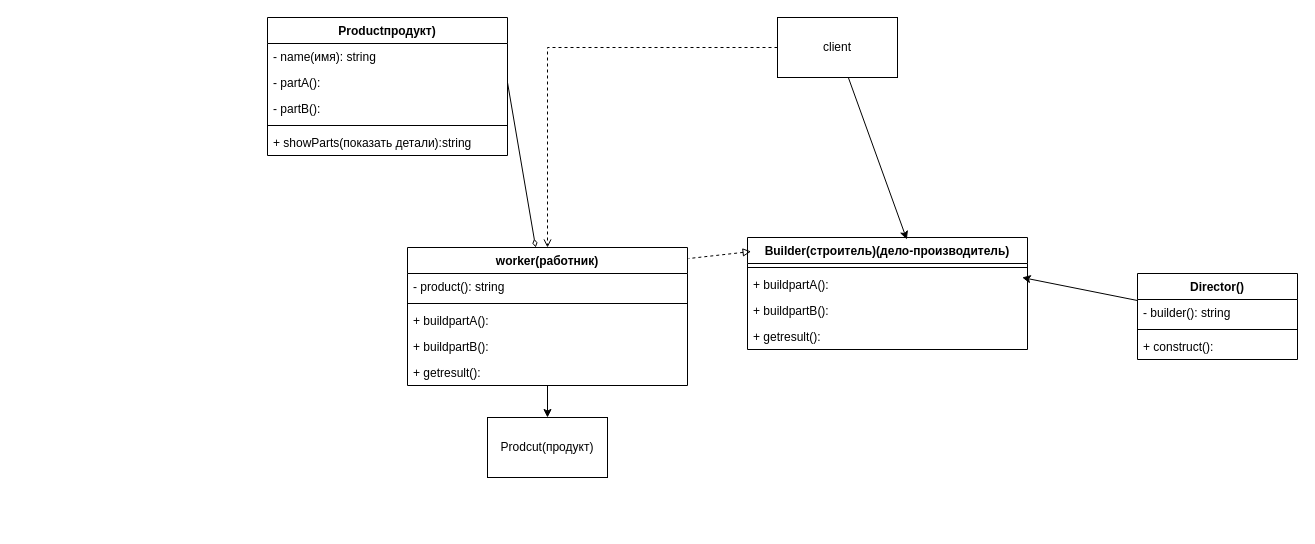
Above: строителшь.drawio in Inferno20055/dlia-sebia (draw.io), before the change. Source tidied: cells renumbered, new cells numbered last; positions are measured from the earlier drawing's top-left corner, leaving out a move shared by most shapes. Both pictures are drawn from the tidied source at 100%, with x=0, y=0 at pixel (267, 17).
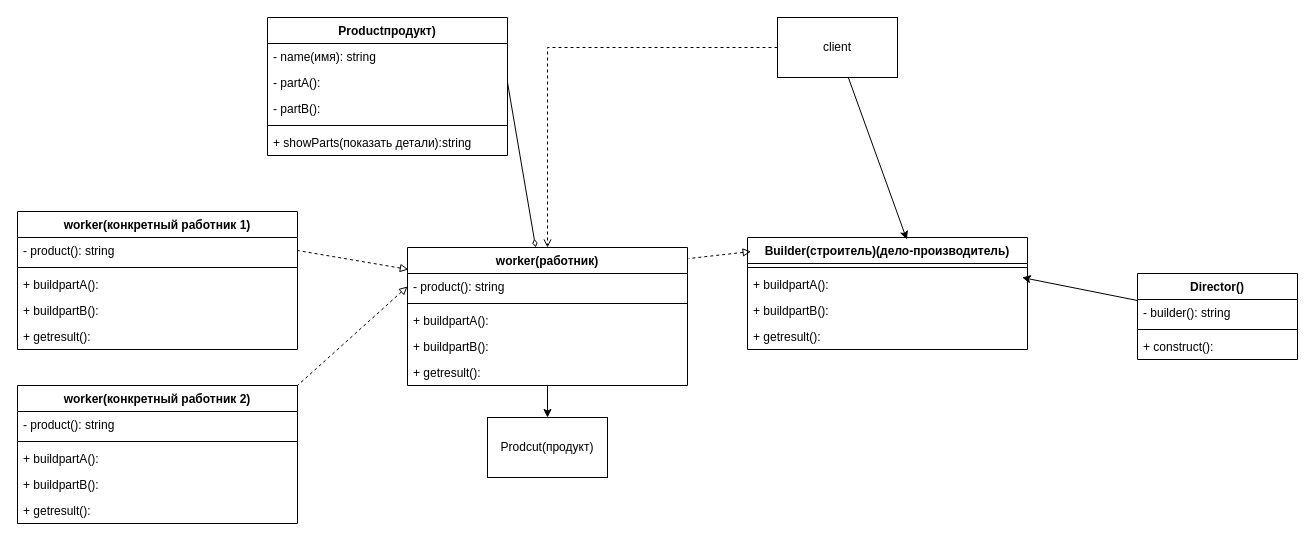
After the change.

The change refers to these unchanged cells:
```xml
<mxCell id="9" value="worker(работник)" style="swimlane;fontStyle=1;align=center;verticalAlign=top;horizontal=1;startSize=26;whiteSpace=wrap;html=1;" parent="1" vertex="1">
  <mxGeometry x="140" y="230" width="280" height="138" as="geometry" />
</mxCell>
<mxCell id="10" value="- product(): string" style="text;strokeColor=none;fillColor=none;align=left;verticalAlign=top;spacingLeft=4;spacingRight=4;overflow=hidden;points=[[0,0.5],[1,0.5]];portConstraint=eastwest;whiteSpace=wrap;html=1;" parent="9" vertex="1">
  <mxGeometry y="26" width="280" height="26" as="geometry" />
</mxCell>
```

Diff of the diagram source:
```diff
@@
+    <mxCell id="31" value="worker(конкретный работник 1)" style="swimlane;fontStyle=1;align=center;verticalAlign=top;horizontal=1;startSize=26;whiteSpace=wrap;html=1;" parent="1" vertex="1">
+      <mxGeometry x="-250" y="194" width="280" height="138" as="geometry" />
+    </mxCell>
+    <mxCell id="32" value="- product(): string" style="text;strokeColor=none;fillColor=none;align=left;verticalAlign=top;spacingLeft=4;spacingRight=4;overflow=hidden;points=[[0,0.5],[1,0.5]];portConstraint=eastwest;whiteSpace=wrap;html=1;" parent="31" vertex="1">
+      <mxGeometry y="26" width="280" height="26" as="geometry" />
+    </mxCell>
+    <mxCell id="33" style="line;strokeWidth=1;fillColor=none;align=left;verticalAlign=middle;spacingTop=-1;spacingLeft=3;spacingRight=3;labelPosition=right;strokeColor=inherit;" parent="31" vertex="1">
+      <mxGeometry y="52" width="280" height="8" as="geometry" />
+    </mxCell>
+    <mxCell id="34" value="+ buildpartA():" style="text;strokeColor=none;fillColor=none;align=left;verticalAlign=top;spacingLeft=4;spacingRight=4;overflow=hidden;whiteSpace=wrap;html=1;" parent="31" vertex="1">
+      <mxGeometry y="60" width="280" height="26" as="geometry" />
+    </mxCell>
+    <mxCell id="35" value="+ buildpartB():" style="text;strokeColor=none;fillColor=none;align=left;verticalAlign=top;spacingLeft=4;spacingRight=4;overflow=hidden;whiteSpace=wrap;html=1;" parent="31" vertex="1">
+      <mxGeometry y="86" width="280" height="26" as="geometry" />
+    </mxCell>
+    <mxCell id="36" value="+ getresult():" style="text;strokeColor=none;fillColor=none;align=left;verticalAlign=top;spacingLeft=4;spacingRight=4;overflow=hidden;whiteSpace=wrap;html=1;" parent="31" vertex="1">
+      <mxGeometry y="112" width="280" height="26" as="geometry" />
+    </mxCell>
+    <mxCell id="37" value="worker(конкретный работник 2)" style="swimlane;fontStyle=1;align=center;verticalAlign=top;horizontal=1;startSize=26;whiteSpace=wrap;html=1;" parent="1" vertex="1">
+      <mxGeometry x="-250" y="368" width="280" height="138" as="geometry" />
+    </mxCell>
+    <mxCell id="38" value="- product(): string" style="text;strokeColor=none;fillColor=none;align=left;verticalAlign=top;spacingLeft=4;spacingRight=4;overflow=hidden;whiteSpace=wrap;html=1;" parent="37" vertex="1">
+      <mxGeometry y="26" width="280" height="26" as="geometry" />
+    </mxCell>
+    <mxCell id="39" style="line;strokeWidth=1;fillColor=none;align=left;verticalAlign=middle;spacingTop=-1;spacingLeft=3;spacingRight=3;labelPosition=right;strokeColor=inherit;" parent="37" vertex="1">
+      <mxGeometry y="52" width="280" height="8" as="geometry" />
+    </mxCell>
+    <mxCell id="40" value="+ buildpartA():" style="text;strokeColor=none;fillColor=none;align=left;verticalAlign=top;spacingLeft=4;spacingRight=4;overflow=hidden;whiteSpace=wrap;html=1;" parent="37" vertex="1">
+      <mxGeometry y="60" width="280" height="26" as="geometry" />
+    </mxCell>
+    <mxCell id="41" value="+ buildpartB():" style="text;strokeColor=none;fillColor=none;align=left;verticalAlign=top;spacingLeft=4;spacingRight=4;overflow=hidden;whiteSpace=wrap;html=1;" parent="37" vertex="1">
+      <mxGeometry y="86" width="280" height="26" as="geometry" />
+    </mxCell>
+    <mxCell id="42" value="+ getresult():" style="text;strokeColor=none;fillColor=none;align=left;verticalAlign=top;spacingLeft=4;spacingRight=4;overflow=hidden;whiteSpace=wrap;html=1;" parent="37" vertex="1">
+      <mxGeometry y="112" width="280" height="26" as="geometry" />
+    </mxCell>
+    <mxCell id="43" style="endArrow=none;html=1;rounded=0;exitX=0.003;exitY=0.159;exitDx=0;exitDy=0;exitPerimeter=0;dashed=1;startArrow=block;startFill=0;entryX=1;entryY=0.5;entryDx=0;entryDy=0;endFill=0;" parent="1" edge="1" source="9" target="32">
+      <mxGeometry relative="1" as="geometry" />
+    </mxCell>
+    <mxCell id="44" style="endArrow=none;html=1;rounded=0;exitX=0;exitY=0.5;exitDx=0;exitDy=0;dashed=1;startArrow=block;startFill=0;entryX=1;entryY=0;entryDx=0;entryDy=0;endFill=0;" parent="1" edge="1" source="10" target="37">
+      <mxGeometry relative="1" as="geometry" />
+    </mxCell>
```
